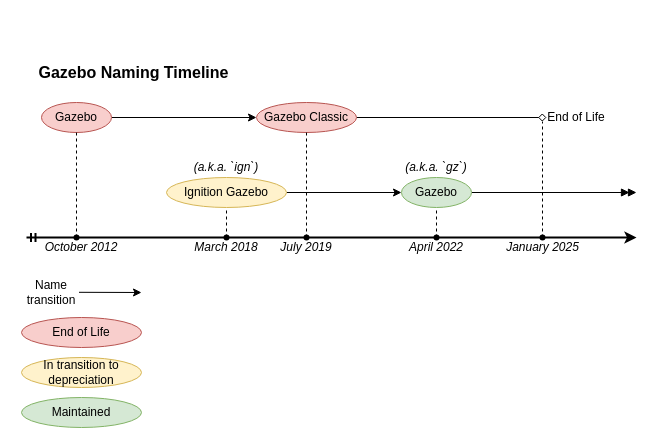
This is src/resources/ros-gazebo.drawio from harleylara/robotics, a draw.io file, before an edit. Source tidied: cells renumbered, new cells numbered last; positions are measured from the earlier drawing's top-left corner, leaving out a move shared by most shapes. Both pictures are drawn from the tidied source at 100%, with x=0, y=0 at pixel (21, 57).
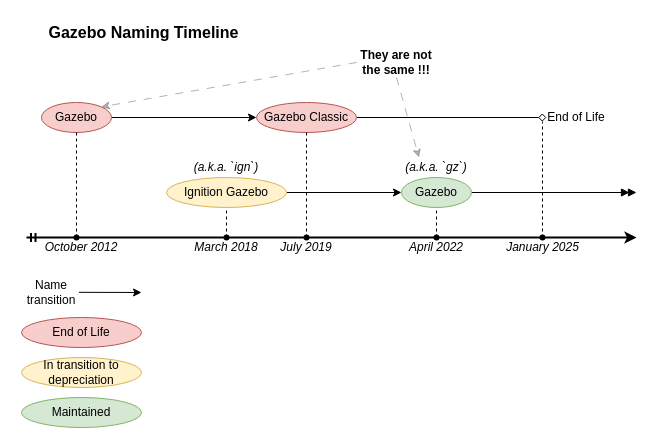
The same diagram, later.

The change refers to these unchanged cells:
```xml
<mxCell id="4" value="Gazebo" style="ellipse;whiteSpace=wrap;html=1;fillColor=#f8cecc;strokeColor=#b85450;" parent="1" vertex="1">
  <mxGeometry x="20" y="45" width="70" height="30" as="geometry" />
</mxCell>
<mxCell id="18" value="(a.k.a. `gz`)" style="text;html=1;whiteSpace=wrap;strokeColor=none;fillColor=none;align=center;verticalAlign=middle;rounded=0;fontStyle=2;" parent="1" vertex="1">
  <mxGeometry x="380" y="100" width="70" height="20" as="geometry" />
</mxCell>
```

Change to the diagram source:
```diff
@@
     <mxCell id="21" value="Gazebo Naming Timeline" style="text;html=1;whiteSpace=wrap;strokeColor=none;fillColor=none;align=center;verticalAlign=middle;rounded=0;fontStyle=1;fontSize=16;" parent="1" vertex="1">
-      <mxGeometry x="10" width="205" height="30" as="geometry" />
+      <mxGeometry x="20" y="-40" width="205" height="30" as="geometry" />
     </mxCell>
@@
+    <mxCell id="35" style="endArrow=classic;html=1;rounded=0;entryX=1;entryY=0;entryDx=0;entryDy=0;exitX=0;exitY=0.5;exitDx=0;exitDy=0;dashed=1;dashPattern=8 8;fillColor=#f5f5f5;strokeColor=#666666;opacity=50;" parent="1" edge="1" source="36" target="4">
+      <mxGeometry relative="1" as="geometry" />
+    </mxCell>
+    <mxCell id="36" value="They are not the same !!!" style="text;html=1;whiteSpace=wrap;strokeColor=none;fillColor=none;align=center;verticalAlign=middle;rounded=0;fontStyle=1;" parent="1" vertex="1">
+      <mxGeometry x="335" y="-10" width="80" height="30" as="geometry" />
+    </mxCell>
+    <mxCell id="37" style="endArrow=classic;html=1;rounded=0;exitX=0.5;exitY=1;exitDx=0;exitDy=0;entryX=0.25;entryY=0;entryDx=0;entryDy=0;dashed=1;dashPattern=8 8;fillColor=#f5f5f5;strokeColor=#666666;opacity=50;" parent="1" edge="1" source="36" target="18">
+      <mxGeometry relative="1" as="geometry" />
+    </mxCell>
```
